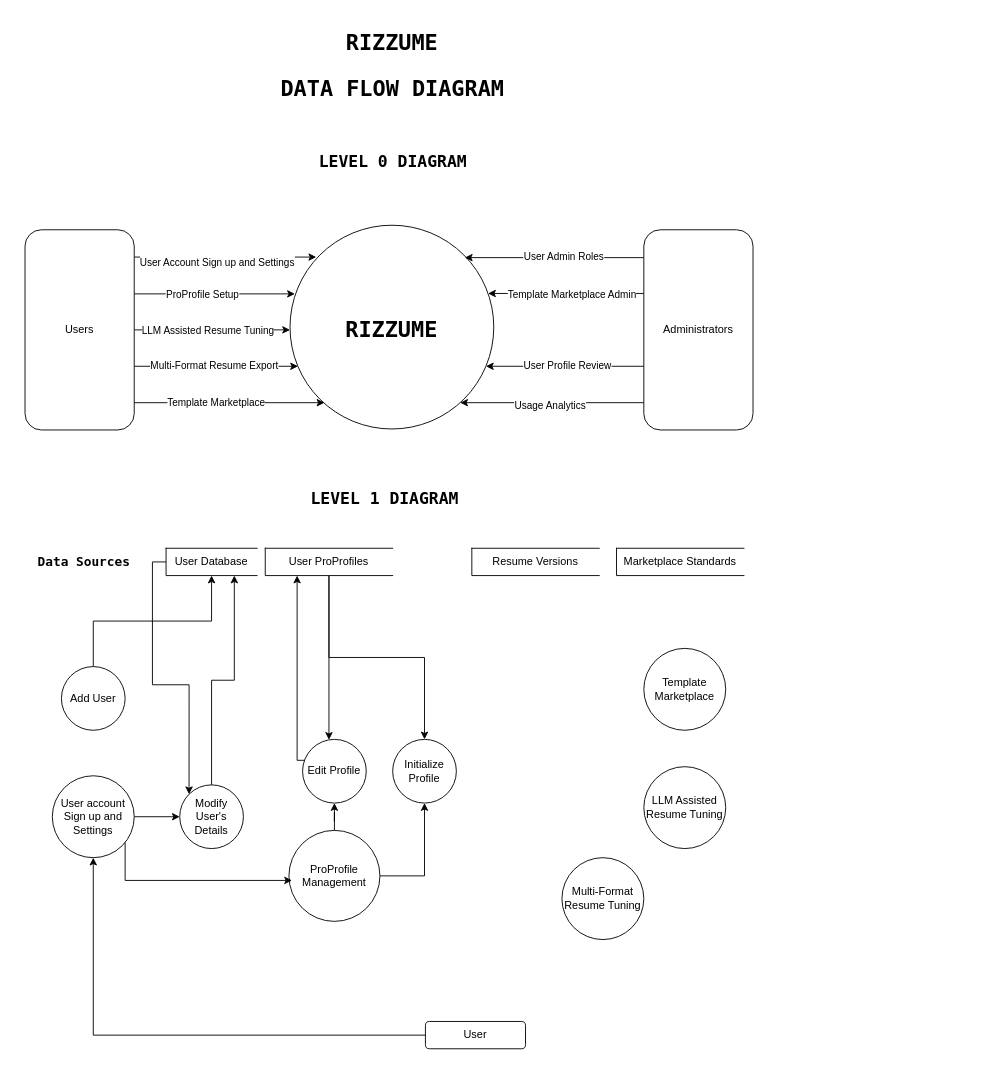
wereign/rizzume_base keeps this draw.io diagram as Data_Flow_Diagram.drawio. Above is the earlier version. Source tidied: cells renumbered, new cells numbered last; positions are measured from the earlier drawing's top-left corner, leaving out a move shared by most shapes. Both pictures are drawn from the tidied source at 91%, with x=0, y=0 at pixel (15, 29).
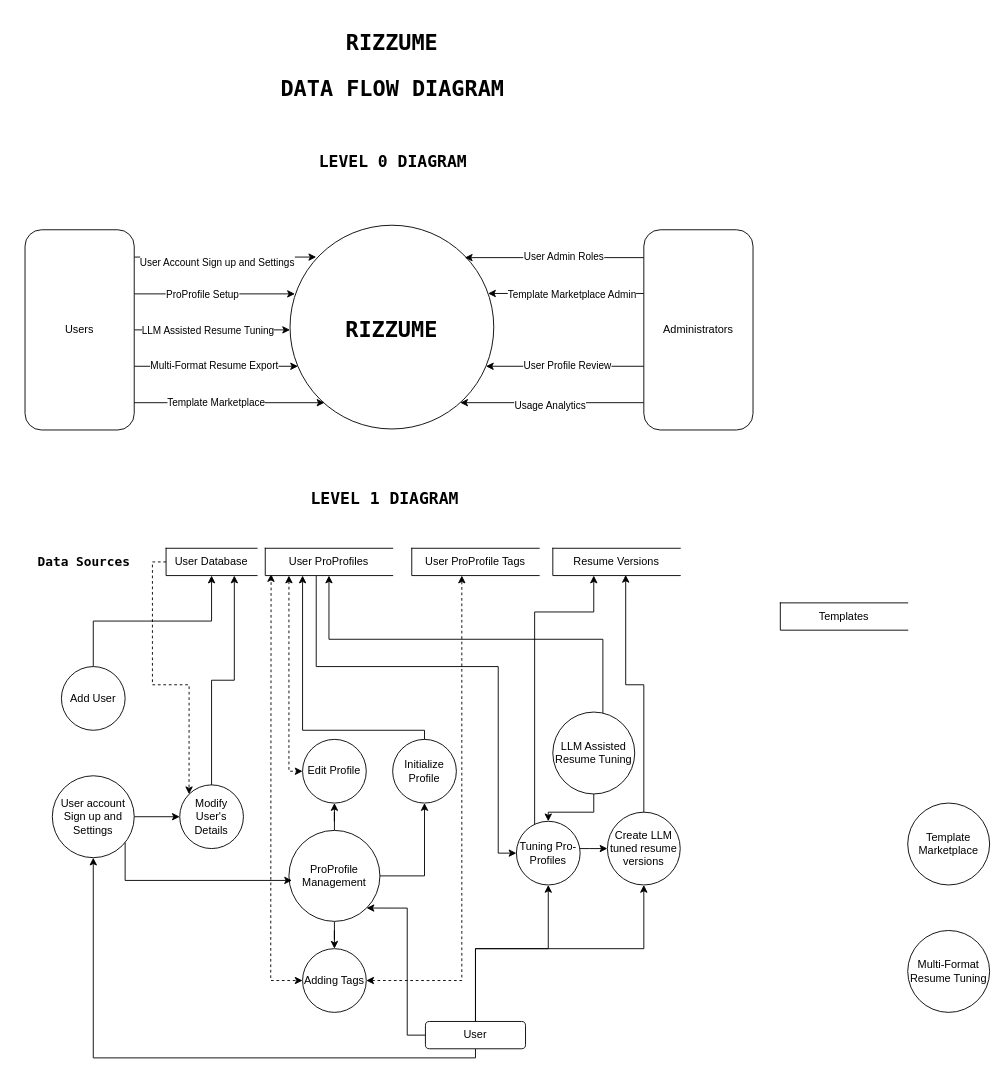
After the change.

The change refers to these unchanged cells:
```xml
<mxCell id="30" value="User Database" style="html=1;dashed=0;whiteSpace=wrap;shape=partialRectangle;right=0;" parent="1" vertex="1">
  <mxGeometry x="165" y="570" width="100" height="30" as="geometry" />
</mxCell>
<mxCell id="33" value="User ProProfiles" style="html=1;dashed=0;whiteSpace=wrap;shape=partialRectangle;right=0;" parent="1" vertex="1">
  <mxGeometry x="274" y="570" width="140" height="30" as="geometry" />
</mxCell>
<mxCell id="38" value="User account Sign up and Settings" style="ellipse;whiteSpace=wrap;html=1;" parent="1" vertex="1">
  <mxGeometry x="40" y="820" width="90" height="90" as="geometry" />
</mxCell>
<mxCell id="41" value="ProProfile Management" style="ellipse;whiteSpace=wrap;html=1;" parent="1" vertex="1">
  <mxGeometry x="300" y="880" width="100" height="100" as="geometry" />
</mxCell>
<mxCell id="46" value="User" style="rounded=1;whiteSpace=wrap;html=1;" parent="1" vertex="1">
  <mxGeometry x="450" y="1090" width="110" height="30" as="geometry" />
</mxCell>
<mxCell id="50" value="Modify User's Details" style="ellipse;whiteSpace=wrap;html=1;" parent="1" vertex="1">
  <mxGeometry x="180" y="830" width="70" height="70" as="geometry" />
</mxCell>
<mxCell id="53" value="Edit Profile" style="ellipse;whiteSpace=wrap;html=1;" parent="1" vertex="1">
  <mxGeometry x="315" y="780" width="70" height="70" as="geometry" />
</mxCell>
<mxCell id="54" value="Initialize Profile" style="ellipse;whiteSpace=wrap;html=1;" parent="1" vertex="1">
  <mxGeometry x="414" y="780" width="70" height="70" as="geometry" />
</mxCell>
```

Change to the diagram source:
```diff
@@
-    <mxCell id="29" style="edgeStyle=orthogonalEdgeStyle;rounded=0;jettySize=auto;html=1;entryX=0;entryY=0;entryDx=0;entryDy=0;" parent="1" edge="1" source="30" target="50">
+    <mxCell id="29" style="edgeStyle=orthogonalEdgeStyle;rounded=0;jettySize=auto;html=1;entryX=0;entryY=0;entryDx=0;entryDy=0;dashed=1;" parent="1" edge="1" source="30" target="50">
       <mxGeometry relative="1" as="geometry">
         <Array as="points">
           <mxPoint x="150" y="585" />
           <mxPoint x="150" y="720" />
           <mxPoint x="190" y="720" />
         </Array>
       </mxGeometry>
     </mxCell>
@@
-    <mxCell id="31" style="edgeStyle=orthogonalEdgeStyle;rounded=0;jettySize=auto;html=1;" parent="1" edge="1" source="33" target="53">
+    <mxCell id="31" style="edgeStyle=orthogonalEdgeStyle;rounded=0;jettySize=auto;html=1;startArrow=classic;startFill=1;dashed=1;" parent="1" edge="1" source="33" target="53">
       <mxGeometry relative="1" as="geometry">
         <Array as="points">
-          <mxPoint x="320" y="585" />
+          <mxPoint x="300" y="815" />
         </Array>
       </mxGeometry>
     </mxCell>
-    <mxCell id="32" style="edgeStyle=orthogonalEdgeStyle;rounded=0;jettySize=auto;html=1;entryX=0.5;entryY=0;entryDx=0;entryDy=0;" parent="1" edge="1" source="33" target="54">
-      <mxGeometry relative="1" as="geometry">
-        <Array as="points">
-          <mxPoint x="344" y="690" />
-          <mxPoint x="449" y="690" />
-        </Array>
-      </mxGeometry>
-    </mxCell>
+    <mxCell id="55" style="edgeStyle=orthogonalEdgeStyle;rounded=0;jettySize=auto;html=1;entryX=0;entryY=0.5;entryDx=0;entryDy=0;dashed=1;exitX=0.046;exitY=0.946;exitDx=0;exitDy=0;exitPerimeter=0;startArrow=classic;startFill=1;" parent="1" edge="1" source="33" target="64">
+      <mxGeometry relative="1" as="geometry">
+        <Array as="points">
+          <mxPoint x="280" y="600" />
+          <mxPoint x="280" y="1045" />
+        </Array>
+      </mxGeometry>
+    </mxCell>
+    <mxCell id="56" style="edgeStyle=orthogonalEdgeStyle;rounded=0;jettySize=auto;html=1;entryX=0;entryY=0.5;entryDx=0;entryDy=0;startArrow=none;startFill=0;" parent="1" edge="1" source="33" target="67">
+      <mxGeometry relative="1" as="geometry">
+        <Array as="points">
+          <mxPoint x="330" y="700" />
+          <mxPoint x="530" y="700" />
+          <mxPoint x="530" y="905" />
+        </Array>
+      </mxGeometry>
+    </mxCell>
@@
     <mxCell id="34" value="Resume Versions" style="html=1;dashed=0;whiteSpace=wrap;shape=partialRectangle;right=0;" parent="1" vertex="1">
-      <mxGeometry x="501" y="570" width="140" height="30" as="geometry" />
+      <mxGeometry x="590" y="570" width="140" height="30" as="geometry" />
     </mxCell>
-    <mxCell id="35" value="Marketplace Standards" style="html=1;dashed=0;whiteSpace=wrap;shape=partialRectangle;right=0;" parent="1" vertex="1">
-      <mxGeometry x="660" y="570" width="140" height="30" as="geometry" />
+    <mxCell id="35" value="Templates" style="html=1;dashed=0;whiteSpace=wrap;shape=partialRectangle;right=0;" parent="1" vertex="1">
+      <mxGeometry x="840" y="630" width="140" height="30" as="geometry" />
     </mxCell>
@@
+    <mxCell id="57" style="edgeStyle=orthogonalEdgeStyle;rounded=0;jettySize=auto;html=1;entryX=0.5;entryY=0;entryDx=0;entryDy=0;" parent="1" edge="1" source="41" target="64">
+      <mxGeometry relative="1" as="geometry" />
+    </mxCell>
@@
+    <mxCell id="58" style="edgeStyle=orthogonalEdgeStyle;rounded=0;jettySize=auto;html=1;" parent="1" edge="1" source="42" target="67">
+      <mxGeometry relative="1" as="geometry">
+        <Array as="points">
+          <mxPoint x="635" y="860" />
+          <mxPoint x="585" y="860" />
+        </Array>
+      </mxGeometry>
+    </mxCell>
     <mxCell id="42" value="LLM Assisted Resume Tuning" style="ellipse;whiteSpace=wrap;html=1;" parent="1" vertex="1">
-      <mxGeometry x="690" y="810" width="90" height="90" as="geometry" />
+      <mxGeometry x="590" y="750" width="90" height="90" as="geometry" />
     </mxCell>
     <mxCell id="43" value="Multi-Format Resume Tuning" style="ellipse;whiteSpace=wrap;html=1;" parent="1" vertex="1">
-      <mxGeometry x="600" y="910" width="90" height="90" as="geometry" />
+      <mxGeometry x="980" y="990" width="90" height="90" as="geometry" />
     </mxCell>
     <mxCell id="44" value="Template Marketplace" style="ellipse;whiteSpace=wrap;html=1;" parent="1" vertex="1">
-      <mxGeometry x="690" y="680" width="90" height="90" as="geometry" />
+      <mxGeometry x="980" y="850" width="90" height="90" as="geometry" />
     </mxCell>
     <mxCell id="45" style="edgeStyle=orthogonalEdgeStyle;rounded=0;jettySize=auto;html=1;entryX=0.5;entryY=1;entryDx=0;entryDy=0;" parent="1" edge="1" source="46" target="38">
-      <mxGeometry relative="1" as="geometry" />
+      <mxGeometry relative="1" as="geometry">
+        <Array as="points">
+          <mxPoint x="505" y="1130" />
+          <mxPoint x="85" y="1130" />
+        </Array>
+      </mxGeometry>
     </mxCell>
+    <mxCell id="59" style="edgeStyle=orthogonalEdgeStyle;rounded=0;jettySize=auto;html=1;entryX=1;entryY=1;entryDx=0;entryDy=0;" parent="1" edge="1" source="46" target="41">
+      <mxGeometry relative="1" as="geometry">
+        <Array as="points">
+          <mxPoint x="430" y="1105" />
+          <mxPoint x="430" y="965" />
+        </Array>
+      </mxGeometry>
+    </mxCell>
+    <mxCell id="60" style="edgeStyle=orthogonalEdgeStyle;rounded=0;jettySize=auto;html=1;entryX=0.5;entryY=1;entryDx=0;entryDy=0;" parent="1" edge="1" source="46" target="67">
+      <mxGeometry relative="1" as="geometry">
+        <Array as="points">
+          <mxPoint x="505" y="1010" />
+          <mxPoint x="585" y="1010" />
+        </Array>
+      </mxGeometry>
+    </mxCell>
+    <mxCell id="61" style="edgeStyle=orthogonalEdgeStyle;rounded=0;jettySize=auto;html=1;entryX=0.5;entryY=1;entryDx=0;entryDy=0;" parent="1" edge="1" source="46" target="69">
+      <mxGeometry relative="1" as="geometry">
+        <Array as="points">
+          <mxPoint x="505" y="1010" />
+          <mxPoint x="690" y="1010" />
+        </Array>
+      </mxGeometry>
+    </mxCell>
@@
-    <mxCell id="52" style="edgeStyle=orthogonalEdgeStyle;rounded=0;jettySize=auto;html=1;entryX=0.25;entryY=1;entryDx=0;entryDy=0;exitX=0.087;exitY=0.329;exitDx=0;exitDy=0;exitPerimeter=0;" parent="1" edge="1" source="53" target="33">
-      <mxGeometry relative="1" as="geometry">
-        <Array as="points">
-          <mxPoint x="309" y="803" />
-        </Array>
-      </mxGeometry>
-    </mxCell>
@@
+    <mxCell id="62" value="User ProProfile Tags" style="html=1;dashed=0;whiteSpace=wrap;shape=partialRectangle;right=0;" parent="1" vertex="1">
+      <mxGeometry x="435" y="570" width="140" height="30" as="geometry" />
+    </mxCell>
+    <mxCell id="63" style="edgeStyle=orthogonalEdgeStyle;rounded=0;jettySize=auto;html=1;startArrow=classic;startFill=1;endArrow=classic;endFill=1;dashed=1;" parent="1" edge="1" source="64" target="62">
+      <mxGeometry relative="1" as="geometry">
+        <Array as="points">
+          <mxPoint x="490" y="1045" />
+        </Array>
+      </mxGeometry>
+    </mxCell>
+    <mxCell id="64" value="Adding Tags" style="ellipse;whiteSpace=wrap;html=1;" parent="1" vertex="1">
+      <mxGeometry x="315" y="1010" width="70" height="70" as="geometry" />
+    </mxCell>
+    <mxCell id="65" style="edgeStyle=orthogonalEdgeStyle;rounded=0;jettySize=auto;html=1;" parent="1" edge="1" source="67">
+      <mxGeometry relative="1" as="geometry">
+        <mxPoint x="635" y="600" as="targetPoint" />
+        <Array as="points">
+          <mxPoint x="570" y="640" />
+          <mxPoint x="635" y="640" />
+        </Array>
+      </mxGeometry>
+    </mxCell>
+    <mxCell id="66" style="edgeStyle=orthogonalEdgeStyle;rounded=0;jettySize=auto;html=1;entryX=0;entryY=0.5;entryDx=0;entryDy=0;" parent="1" edge="1" source="67" target="69">
+      <mxGeometry relative="1" as="geometry">
+        <Array as="points">
+          <mxPoint x="630" y="900" />
+          <mxPoint x="630" y="900" />
+        </Array>
+      </mxGeometry>
+    </mxCell>
+    <mxCell id="67" value="Tuning Pro-Profiles" style="ellipse;whiteSpace=wrap;html=1;" parent="1" vertex="1">
+      <mxGeometry x="550" y="870" width="70" height="70" as="geometry" />
+    </mxCell>
+    <mxCell id="68" style="edgeStyle=orthogonalEdgeStyle;rounded=0;jettySize=auto;html=1;entryX=0.572;entryY=0.976;entryDx=0;entryDy=0;entryPerimeter=0;" parent="1" edge="1" source="69" target="34">
+      <mxGeometry relative="1" as="geometry">
+        <Array as="points">
+          <mxPoint x="690" y="720" />
+          <mxPoint x="670" y="720" />
+        </Array>
+      </mxGeometry>
+    </mxCell>
+    <mxCell id="69" value="Create LLM tuned resume versions" style="ellipse;whiteSpace=wrap;html=1;" parent="1" vertex="1">
+      <mxGeometry x="650" y="860" width="80" height="80" as="geometry" />
+    </mxCell>
+    <mxCell id="70" style="edgeStyle=orthogonalEdgeStyle;rounded=0;jettySize=auto;html=1;entryX=0.5;entryY=1;entryDx=0;entryDy=0;" parent="1" edge="1" source="42" target="33">
+      <mxGeometry relative="1" as="geometry">
+        <Array as="points">
+          <mxPoint x="645" y="670" />
+          <mxPoint x="344" y="670" />
+        </Array>
+      </mxGeometry>
+    </mxCell>
+    <mxCell id="71" style="edgeStyle=orthogonalEdgeStyle;rounded=0;jettySize=auto;html=1;entryX=0.189;entryY=1.016;entryDx=0;entryDy=0;entryPerimeter=0;exitX=0.5;exitY=0;exitDx=0;exitDy=0;" parent="1" edge="1" source="54">
+      <mxGeometry relative="1" as="geometry">
+        <mxPoint x="315" y="600" as="targetPoint" />
+        <Array as="points">
+          <mxPoint x="449" y="770" />
+          <mxPoint x="315" y="770" />
+        </Array>
+      </mxGeometry>
+    </mxCell>
```
